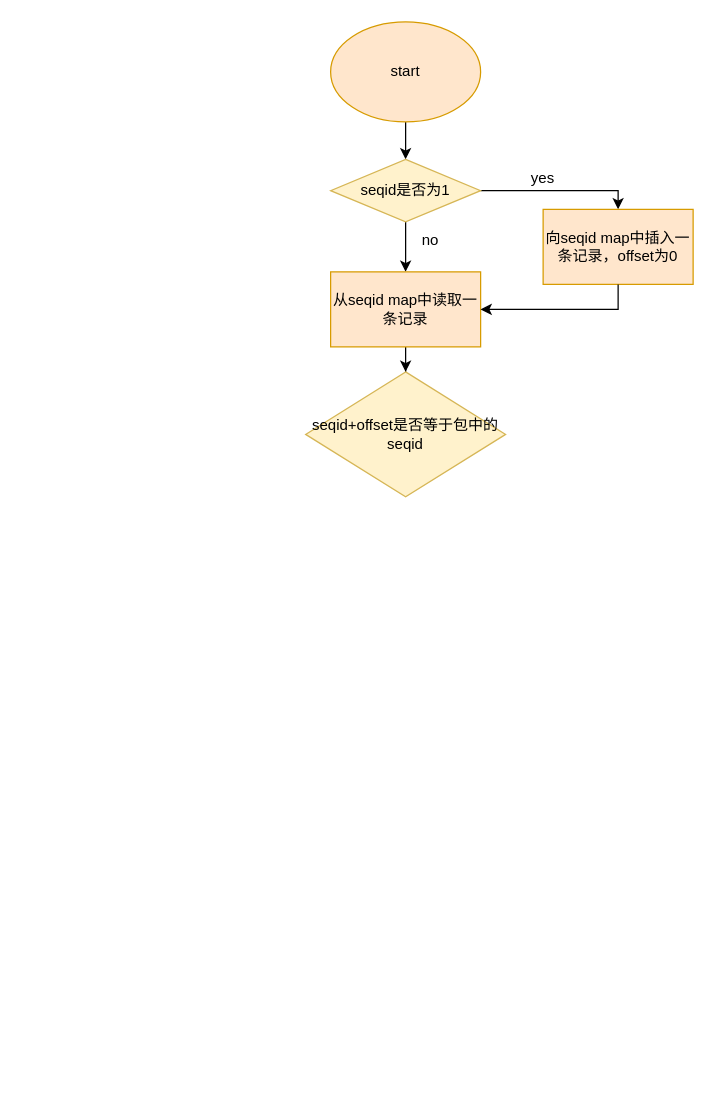
Before: sequence.drawio in Kakoyi945/cloud, a draw.io diagram. Source tidied: cells renumbered, new cells numbered last; positions are measured from the earlier drawing's top-left corner, leaving out a move shared by most shapes. Both pictures are drawn from the tidied source at 125%, with x=0, y=0 at pixel (305, 21).
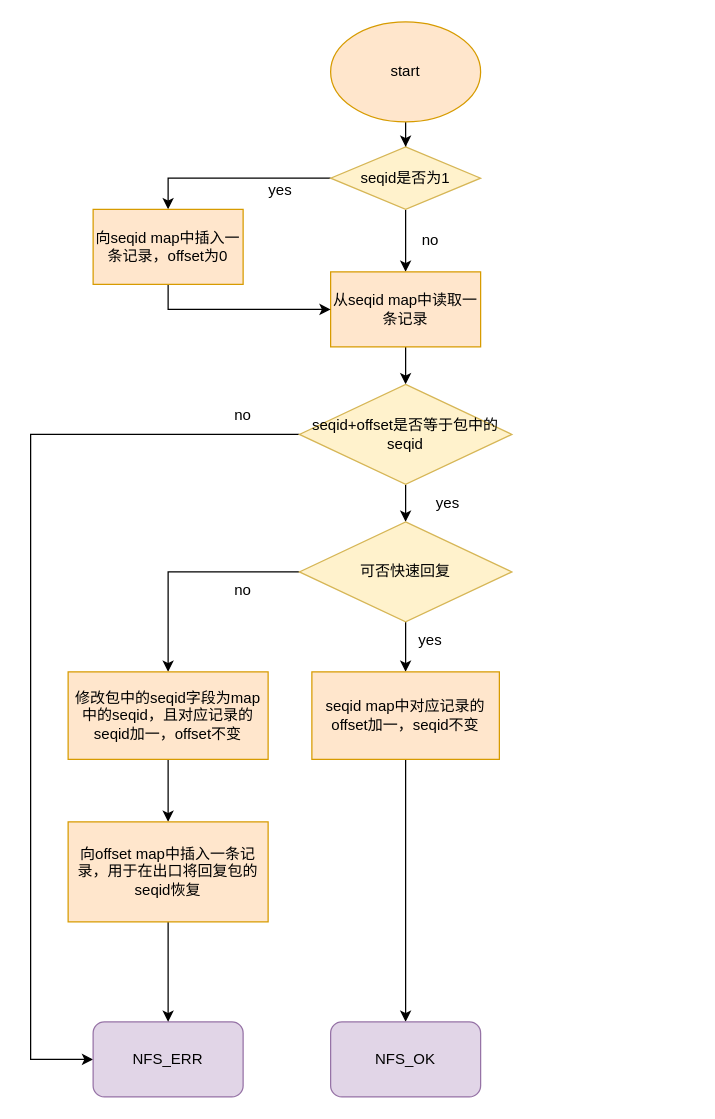
After the change.

Unchanged cells that the change refers to:
```xml
<mxCell id="8" value="从seqid map中读取一条记录" style="whiteSpace=wrap;html=1;fillColor=#ffe6cc;strokeColor=#d79b00;" parent="1" vertex="1">
  <mxGeometry x="20" y="200" width="120" height="60" as="geometry" />
</mxCell>
```

Diff of the diagram source:
```diff
@@
-    <mxCell id="5" style="edgeStyle=orthogonalEdgeStyle;rounded=0;jettySize=auto;html=1;exitX=1;exitY=0.5;exitDx=0;exitDy=0;entryX=0.5;entryY=0;entryDx=0;entryDy=0;" parent="1" edge="1" source="6" target="10">
-      <mxGeometry relative="1" as="geometry">
-        <Array as="points">
-          <mxPoint x="250" y="135" />
-        </Array>
-      </mxGeometry>
+    <mxCell id="5" style="edgeStyle=orthogonalEdgeStyle;rounded=0;jettySize=auto;html=1;entryX=0.5;entryY=0;entryDx=0;entryDy=0;" parent="1" edge="1" source="6" target="10">
+      <mxGeometry relative="1" as="geometry" />
     </mxCell>
     <mxCell id="6" value="seqid是否为1" style="rhombus;whiteSpace=wrap;html=1;fillColor=#fff2cc;strokeColor=#d6b656;" parent="1" vertex="1">
-      <mxGeometry x="20" y="110" width="120" height="50" as="geometry" />
+      <mxGeometry x="20" y="100" width="120" height="50" as="geometry" />
     </mxCell>
@@
+    <mxCell id="11" style="edgeStyle=orthogonalEdgeStyle;rounded=0;jettySize=auto;html=1;exitX=0.5;exitY=1;exitDx=0;exitDy=0;entryX=0;entryY=0.5;entryDx=0;entryDy=0;" parent="1" edge="1" source="10" target="8">
+      <mxGeometry relative="1" as="geometry" />
+    </mxCell>
     <mxCell id="10" value="向seqid map中插入一条记录，offset为0" style="rounded=0;whiteSpace=wrap;html=1;fillColor=#ffe6cc;strokeColor=#d79b00;" parent="1" vertex="1">
-      <mxGeometry x="190" y="150" width="120" height="60" as="geometry" />
+      <mxGeometry x="-170" y="150" width="120" height="60" as="geometry" />
     </mxCell>
-    <mxCell id="11" style="endArrow=classic;html=1;rounded=0;entryX=1;entryY=0.5;entryDx=0;entryDy=0;exitX=0.5;exitY=1;exitDx=0;exitDy=0;" parent="1" edge="1" source="10" target="8">
-      <mxGeometry relative="1" as="geometry">
-        <Array as="points">
-          <mxPoint x="250" y="230" />
-        </Array>
-      </mxGeometry>
-    </mxCell>
     <mxCell id="12" value="yes" style="text;html=1;strokeColor=none;fillColor=none;align=center;verticalAlign=middle;whiteSpace=wrap;rounded=0;" parent="1" vertex="1">
-      <mxGeometry x="160" y="110" width="60" height="30" as="geometry" />
+      <mxGeometry x="-50" y="120" width="60" height="30" as="geometry" />
     </mxCell>
+    <mxCell id="14" style="edgeStyle=orthogonalEdgeStyle;rounded=0;jettySize=auto;html=1;" parent="1" edge="1" source="13" target="19">
+      <mxGeometry relative="1" as="geometry" />
+    </mxCell>
+    <mxCell id="15" style="edgeStyle=orthogonalEdgeStyle;rounded=0;jettySize=auto;html=1;exitX=0;exitY=0.5;exitDx=0;exitDy=0;entryX=0;entryY=0.5;entryDx=0;entryDy=0;" parent="1" edge="1" source="13" target="16">
+      <mxGeometry relative="1" as="geometry">
+        <Array as="points">
+          <mxPoint x="-220" y="330" />
+          <mxPoint x="-220" y="830" />
+        </Array>
+      </mxGeometry>
+    </mxCell>
     <mxCell id="13" value="seqid+offset是否等于包中的seqid" style="rhombus;whiteSpace=wrap;html=1;fillColor=#fff2cc;strokeColor=#d6b656;" parent="1" vertex="1">
-      <mxGeometry y="280" width="160" height="100" as="geometry" />
+      <mxGeometry x="-5" y="290" width="170" height="80" as="geometry" />
     </mxCell>
+    <mxCell id="16" value="NFS_ERR" style="rounded=1;whiteSpace=wrap;html=1;fillColor=#e1d5e7;strokeColor=#9673a6;" parent="1" vertex="1">
+      <mxGeometry x="-170" y="800" width="120" height="60" as="geometry" />
+    </mxCell>
+    <mxCell id="17" style="edgeStyle=orthogonalEdgeStyle;rounded=0;jettySize=auto;html=1;" parent="1" edge="1" source="19" target="21">
+      <mxGeometry relative="1" as="geometry" />
+    </mxCell>
+    <mxCell id="18" style="edgeStyle=orthogonalEdgeStyle;rounded=0;jettySize=auto;html=1;exitX=0;exitY=0.5;exitDx=0;exitDy=0;entryX=0.5;entryY=0;entryDx=0;entryDy=0;" parent="1" edge="1" source="19" target="24">
+      <mxGeometry relative="1" as="geometry" />
+    </mxCell>
+    <mxCell id="19" value="可否快速回复" style="rhombus;whiteSpace=wrap;html=1;fillColor=#fff2cc;strokeColor=#d6b656;" parent="1" vertex="1">
+      <mxGeometry x="-5" y="400" width="170" height="80" as="geometry" />
+    </mxCell>
+    <mxCell id="20" style="edgeStyle=orthogonalEdgeStyle;rounded=0;jettySize=auto;html=1;exitX=0.5;exitY=1;exitDx=0;exitDy=0;" parent="1" edge="1" source="21">
+      <mxGeometry relative="1" as="geometry">
+        <mxPoint x="80" y="800" as="targetPoint" />
+      </mxGeometry>
+    </mxCell>
+    <mxCell id="21" value="seqid map中对应记录的offset加一，seqid不变" style="whiteSpace=wrap;html=1;fillColor=#ffe6cc;strokeColor=#d79b00;" parent="1" vertex="1">
+      <mxGeometry x="5" y="520" width="150" height="70" as="geometry" />
+    </mxCell>
+    <mxCell id="22" value="yes" style="text;html=1;strokeColor=none;fillColor=none;align=center;verticalAlign=middle;whiteSpace=wrap;rounded=0;" parent="1" vertex="1">
+      <mxGeometry x="70" y="480" width="60" height="30" as="geometry" />
+    </mxCell>
+    <mxCell id="23" style="edgeStyle=orthogonalEdgeStyle;rounded=0;jettySize=auto;html=1;exitX=0.5;exitY=1;exitDx=0;exitDy=0;" parent="1" edge="1" source="24">
+      <mxGeometry relative="1" as="geometry">
+        <mxPoint x="-110" y="640" as="targetPoint" />
+      </mxGeometry>
+    </mxCell>
+    <mxCell id="24" value="修改包中的seqid字段为map中的seqid，且对应记录的seqid加一，offset不变" style="rounded=0;whiteSpace=wrap;html=1;fillColor=#ffe6cc;strokeColor=#d79b00;" parent="1" vertex="1">
+      <mxGeometry x="-190" y="520" width="160" height="70" as="geometry" />
+    </mxCell>
+    <mxCell id="25" style="edgeStyle=orthogonalEdgeStyle;rounded=0;jettySize=auto;html=1;exitX=0.5;exitY=1;exitDx=0;exitDy=0;entryX=0.5;entryY=0;entryDx=0;entryDy=0;" parent="1" edge="1" source="26" target="16">
+      <mxGeometry relative="1" as="geometry" />
+    </mxCell>
+    <mxCell id="26" value="向offset map中插入一条记录，用于在出口将回复包的seqid恢复" style="rounded=0;whiteSpace=wrap;html=1;fillColor=#ffe6cc;strokeColor=#d79b00;" parent="1" vertex="1">
+      <mxGeometry x="-190" y="640" width="160" height="80" as="geometry" />
+    </mxCell>
+    <mxCell id="27" value="NFS_OK" style="rounded=1;whiteSpace=wrap;html=1;fillColor=#e1d5e7;strokeColor=#9673a6;" parent="1" vertex="1">
+      <mxGeometry x="20" y="800" width="120" height="60" as="geometry" />
+    </mxCell>
+    <mxCell id="28" value="no" style="text;html=1;strokeColor=none;fillColor=none;align=center;verticalAlign=middle;whiteSpace=wrap;rounded=0;" parent="1" vertex="1">
+      <mxGeometry x="-80" y="440" width="60" height="30" as="geometry" />
+    </mxCell>
+    <mxCell id="29" value="yes" style="text;html=1;strokeColor=none;fillColor=none;align=center;verticalAlign=middle;whiteSpace=wrap;rounded=0;" parent="1" vertex="1">
+      <mxGeometry x="84" y="370" width="60" height="30" as="geometry" />
+    </mxCell>
+    <mxCell id="30" value="no" style="text;html=1;strokeColor=none;fillColor=none;align=center;verticalAlign=middle;whiteSpace=wrap;rounded=0;" parent="1" vertex="1">
+      <mxGeometry x="-80" y="300" width="60" height="30" as="geometry" />
+    </mxCell>
```
